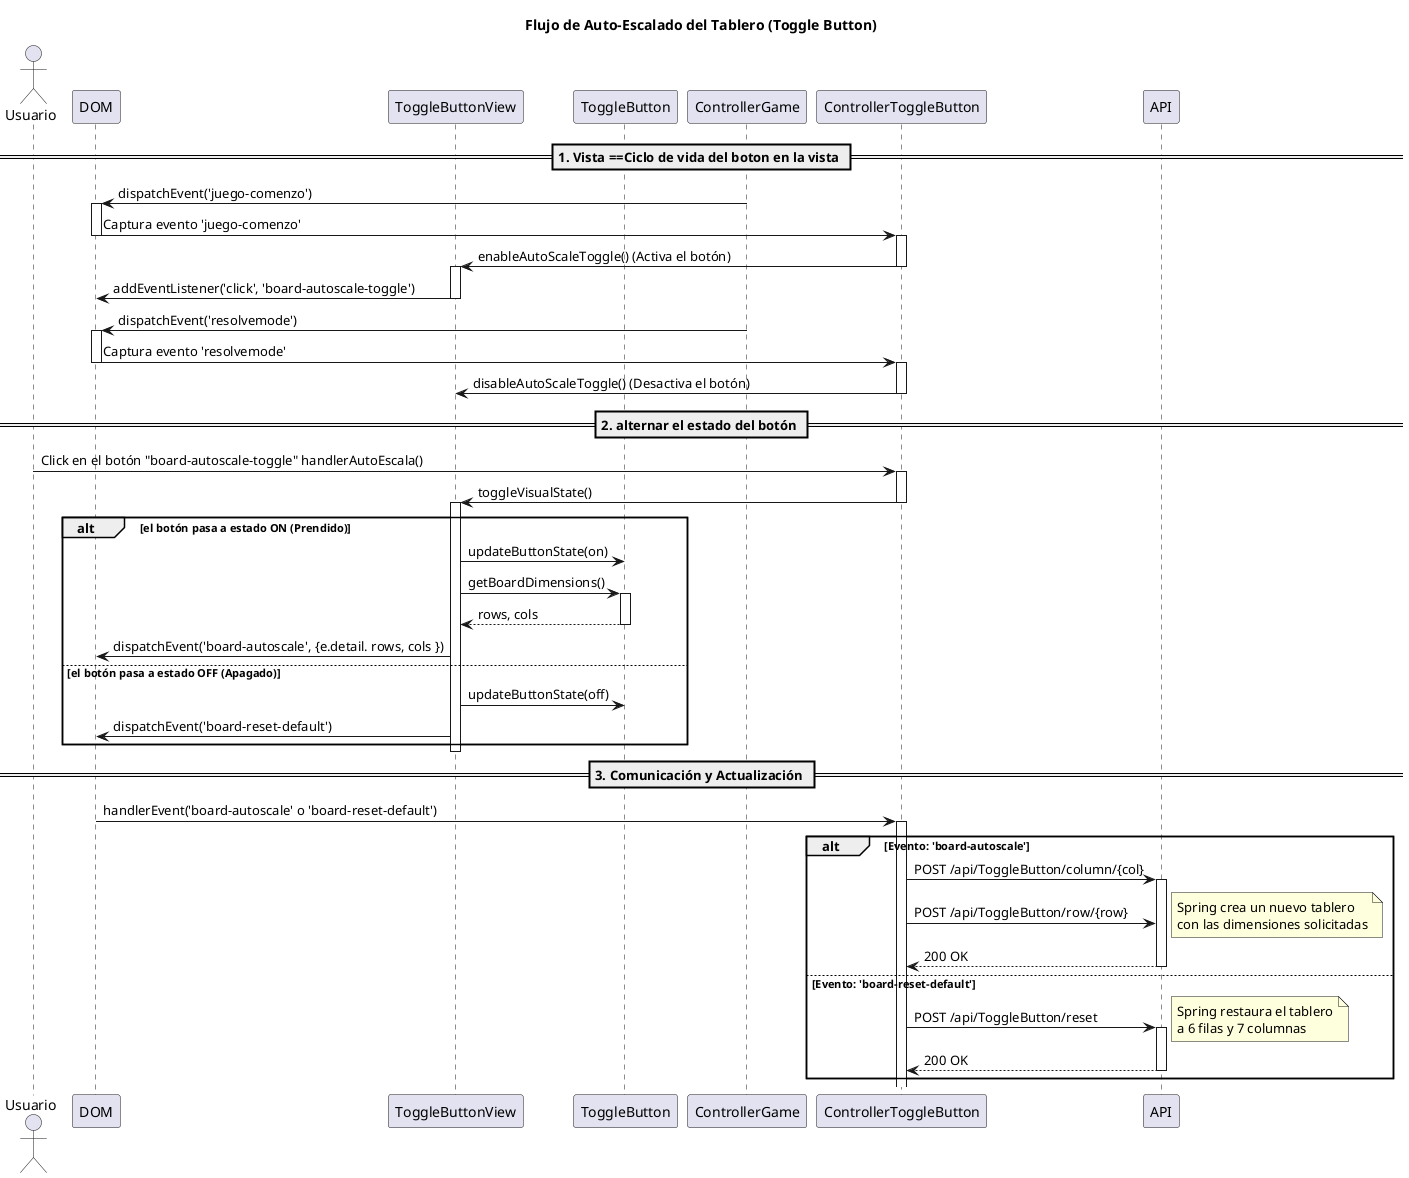
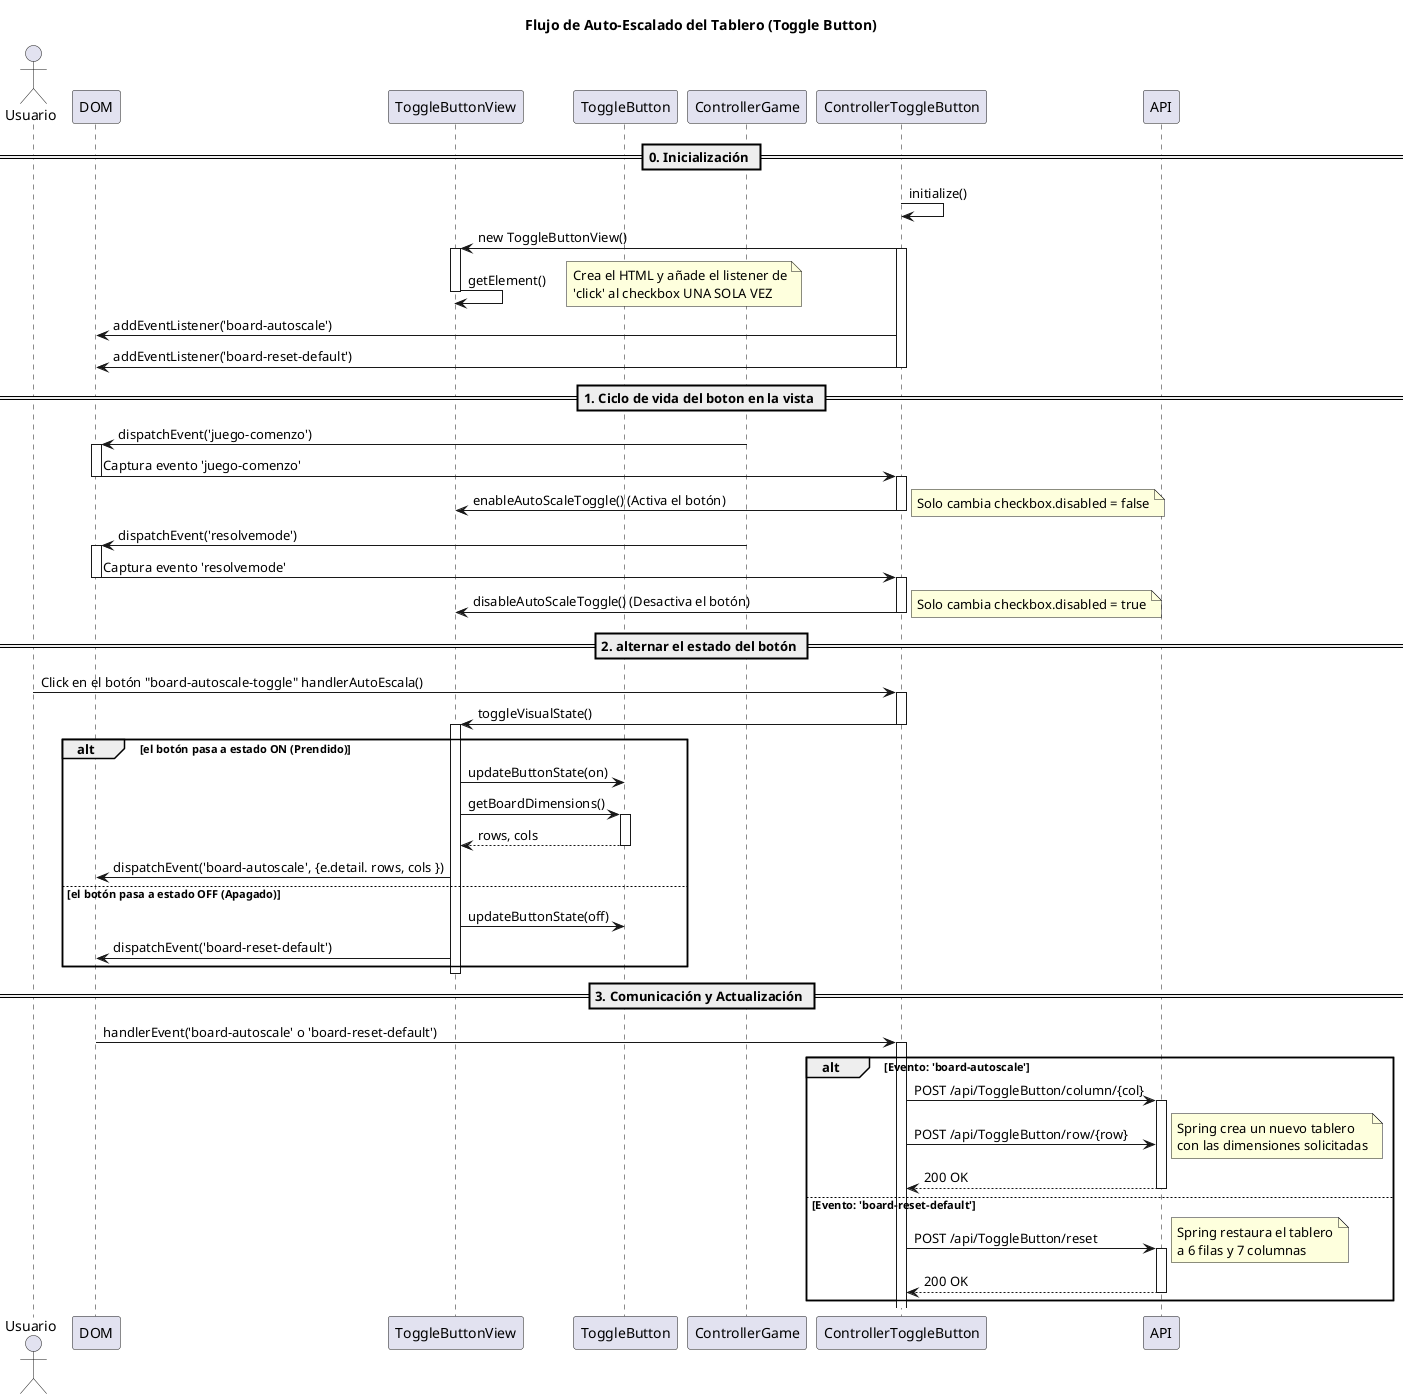
@startuml AutoScaleBoardSequence

title Flujo de Auto-Escalado del Tablero (Toggle Button)

actor "Usuario" as User
participant "DOM" as DOM
participant "ToggleButtonView" as View
participant "ToggleButton" as Model
participant "ControllerGame" as Game
participant "ControllerToggleButton" as Controller

- == 1. Vista ==Ciclo de vida del boton en la vista ==
+ == 0. Inicialización ==
+ Controller -> Controller : initialize()
+ Controller -> View : new ToggleButtonView()
+ activate Controller
+ activate View
+ View -> View : getElement()
+ note right: Crea el HTML y añade el listener de\n'click' al checkbox UNA SOLA VEZ
+ deactivate View
+ Controller -> DOM : addEventListener('board-autoscale')
+ Controller -> DOM : addEventListener('board-reset-default')
+ deactivate Controller
+ 
+ == 1. Ciclo de vida del boton en la vista ==

Game -> DOM : dispatchEvent('juego-comenzo')
activate DOM
DOM -> Controller : Captura evento 'juego-comenzo'
deactivate DOM
activate Controller
Controller -> View : enableAutoScaleToggle() (Activa el botón)
+ note right: Solo cambia checkbox.disabled = false
deactivate Controller
- activate View
- View -> DOM : addEventListener('click', 'board-autoscale-toggle')
- deactivate View
Game -> DOM : dispatchEvent('resolvemode')
activate DOM
DOM -> Controller : Captura evento 'resolvemode'
deactivate DOM
activate Controller
Controller -> View : disableAutoScaleToggle() (Desactiva el botón)
+ note right: Solo cambia checkbox.disabled = true
deactivate Controller

== 2. alternar el estado del botón ==
User -> Controller : Click en el botón "board-autoscale-toggle" handlerAutoEscala()
activate Controller
Controller -> View : toggleVisualState()
deactivate Controller
activate View

alt  el botón pasa a estado ON (Prendido)
    View -> Model : updateButtonState(on)
    View -> Model : getBoardDimensions()
    activate Model
    Model --> View : rows, cols
    deactivate Model
    View -> DOM : dispatchEvent('board-autoscale', {e.detail. rows, cols })
else el botón pasa a estado OFF (Apagado)
    View -> Model : updateButtonState(off)
    View -> DOM : dispatchEvent('board-reset-default')
end
deactivate View

== 3. Comunicación y Actualización ==
DOM -> Controller : handlerEvent('board-autoscale' o 'board-reset-default')
activate Controller

alt Evento: 'board-autoscale'

    Controller -> API : POST /api/ToggleButton/column/{col}
    activate API
    Controller -> API : POST /api/ToggleButton/row/{row}
    note right: Spring crea un nuevo tablero\ncon las dimensiones solicitadas
    API --> Controller : 200 OK
    deactivate API
else Evento: 'board-reset-default'
    Controller -> API : POST /api/ToggleButton/reset
    activate API
    note right: Spring restaura el tablero\na 6 filas y 7 columnas
    API --> Controller : 200 OK
    deactivate API
end


@enduml
